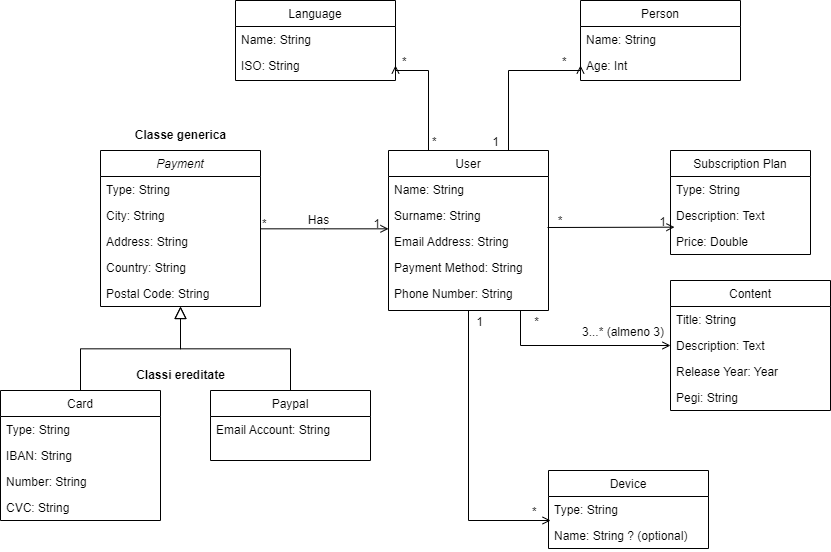
SimonCook99/csharp-boolflix keeps this draw.io diagram as csharp-boolflix-classDiagram.png. Above is the earlier version. Source tidied: cells renumbered, new cells last; positions are measured from the earlier drawing's top-left corner, leaving out a move shared by most shapes.
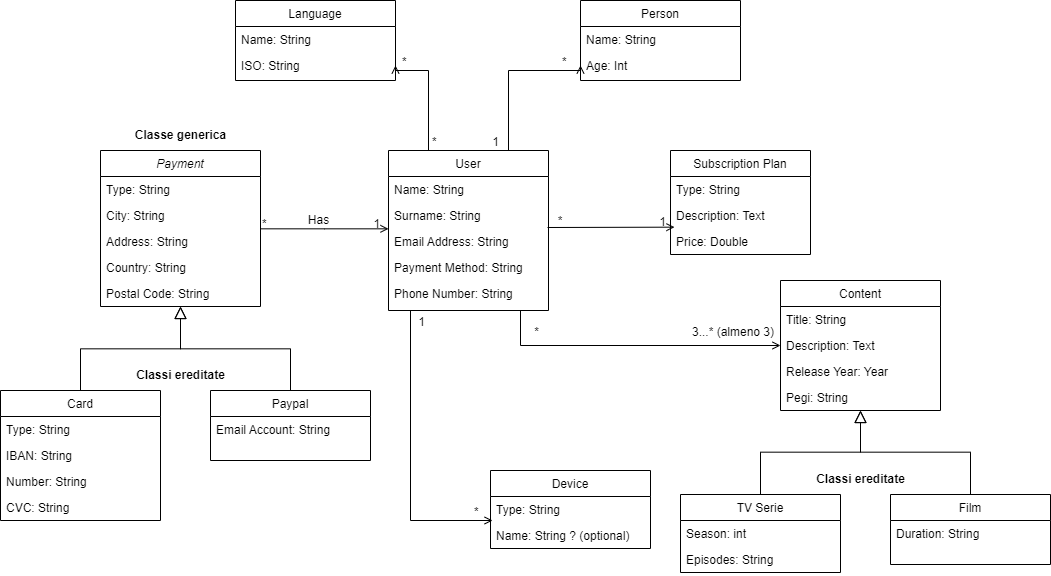
Later version of the same file.

Commit message:
migliorato classDiagram e aggiunto useCase diagram

Diff of the diagram source:
```diff
@@ -121,7 +121,7 @@
       <mxGeometry x="125" y="360" width="110" height="30" as="geometry" />
     </mxCell>
     <mxCell id="36" value="Device" style="swimlane;fontStyle=0;align=center;verticalAlign=top;horizontal=1;startSize=26;rounded=0;shadow=0;strokeWidth=1;" parent="1" vertex="1">
-      <mxGeometry x="548" y="470" width="160" height="78" as="geometry" />
+      <mxGeometry x="490" y="470" width="160" height="78" as="geometry" />
     </mxCell>
     <mxCell id="37" value="Type: String" style="text;align=left;verticalAlign=top;spacingLeft=4;spacingRight=4;overflow=hidden;points=[[0,0.5],[1,0.5]];portConstraint=eastwest;" parent="36" vertex="1">
       <mxGeometry y="26" width="160" height="26" as="geometry" />
@@ -129,10 +129,11 @@
     <mxCell id="38" value="Name: String ? (optional)" style="text;align=left;verticalAlign=top;spacingLeft=4;spacingRight=4;overflow=hidden;" parent="36" vertex="1">
       <mxGeometry y="52" width="160" height="26" as="geometry" />
     </mxCell>
-    <mxCell id="39" style="endArrow=open;shadow=0;strokeWidth=1;rounded=0;endFill=1;edgeStyle=elbowEdgeStyle;elbow=vertical;exitX=0.5;exitY=1;exitDx=0;exitDy=0;entryX=0.013;entryY=0.923;entryDx=0;entryDy=0;entryPerimeter=0;" parent="1" edge="1" source="17" target="37">
+    <mxCell id="39" style="endArrow=open;shadow=0;strokeWidth=1;rounded=0;endFill=1;edgeStyle=elbowEdgeStyle;elbow=vertical;exitX=0.5;exitY=1;exitDx=0;exitDy=0;entryX=0.013;entryY=0.923;entryDx=0;entryDy=0;entryPerimeter=0;" parent="1" edge="1" target="37">
       <mxGeometry x="0.5" y="41" relative="1" as="geometry">
+        <mxPoint x="410" y="310" as="sourcePoint" />
         <Array as="points">
-          <mxPoint x="510" y="520" />
+          <mxPoint x="452" y="520" />
         </Array>
         <mxPoint x="-40" y="32" as="offset" />
       </mxGeometry>
@@ -200,7 +201,7 @@
       <mxGeometry x="430" y="150" as="geometry" />
     </mxCell>
     <mxCell id="54" value="Content" style="swimlane;fontStyle=0;align=center;verticalAlign=top;horizontal=1;startSize=26;rounded=0;shadow=0;strokeWidth=1;" parent="1" vertex="1">
-      <mxGeometry x="670" y="280" width="160" height="130" as="geometry" />
+      <mxGeometry x="780" y="280" width="160" height="130" as="geometry" />
     </mxCell>
     <mxCell id="55" value="Title: String" style="text;align=left;verticalAlign=top;spacingLeft=4;spacingRight=4;overflow=hidden;" parent="54" vertex="1">
       <mxGeometry y="26" width="160" height="26" as="geometry" />
@@ -224,13 +225,41 @@
     </mxCell>
     <mxCell id="60" value="3...* (almeno 3)" style="align=left;verticalAlign=bottom;labelBackgroundColor=none;fontSize=12;" parent="59" vertex="1">
       <mxGeometry x="-1" relative="1" as="geometry">
-        <mxPoint x="60" y="30" as="offset" />
+        <mxPoint x="170" y="30" as="offset" />
       </mxGeometry>
     </mxCell>
     <mxCell id="61" value="*" style="align=right;verticalAlign=bottom;labelBackgroundColor=none;fontSize=12;" parent="59" vertex="1">
       <mxGeometry x="1" relative="1" as="geometry">
-        <mxPoint x="-130" y="-15" as="offset" />
+        <mxPoint x="-240" y="-5" as="offset" />
       </mxGeometry>
     </mxCell>
+    <mxCell id="62" value="TV Serie" style="swimlane;fontStyle=0;align=center;verticalAlign=top;horizontal=1;startSize=26;rounded=0;shadow=0;strokeWidth=1;" parent="1" vertex="1">
+      <mxGeometry x="680" y="494" width="160" height="78" as="geometry" />
+    </mxCell>
+    <mxCell id="63" value="Season: int" style="text;align=left;verticalAlign=top;spacingLeft=4;spacingRight=4;overflow=hidden;" parent="62" vertex="1">
+      <mxGeometry y="26" width="160" height="26" as="geometry" />
+    </mxCell>
+    <mxCell id="64" value="Episodes: String" style="text;align=left;verticalAlign=top;spacingLeft=4;spacingRight=4;overflow=hidden;rounded=0;shadow=0;html=0;" parent="62" vertex="1">
+      <mxGeometry y="52" width="160" height="26" as="geometry" />
+    </mxCell>
+    <mxCell id="65" style="endArrow=block;endSize=10;endFill=0;shadow=0;strokeWidth=1;rounded=0;edgeStyle=elbowEdgeStyle;elbow=vertical;" parent="1" edge="1" source="62">
+      <mxGeometry relative="1" as="geometry">
+        <mxPoint x="860" y="410" as="targetPoint" />
+      </mxGeometry>
+    </mxCell>
+    <mxCell id="66" value="Film" style="swimlane;fontStyle=0;align=center;verticalAlign=top;horizontal=1;startSize=26;rounded=0;shadow=0;strokeWidth=1;" parent="1" vertex="1">
+      <mxGeometry x="890" y="494" width="160" height="70" as="geometry" />
+    </mxCell>
+    <mxCell id="67" value="Duration: String" style="text;align=left;verticalAlign=top;spacingLeft=4;spacingRight=4;overflow=hidden;" parent="66" vertex="1">
+      <mxGeometry y="26" width="160" height="26" as="geometry" />
+    </mxCell>
+    <mxCell id="68" style="endArrow=block;endSize=10;endFill=0;shadow=0;strokeWidth=1;rounded=0;edgeStyle=elbowEdgeStyle;elbow=vertical;" parent="1" edge="1" source="66">
+      <mxGeometry relative="1" as="geometry">
+        <mxPoint x="860" y="410" as="targetPoint" />
+      </mxGeometry>
+    </mxCell>
+    <mxCell id="69" value="&lt;b&gt;Classi ereditate&lt;/b&gt;" style="text;html=1;align=center;verticalAlign=middle;strokeColor=none;fillColor=none;rotation=0;" parent="1" vertex="1">
+      <mxGeometry x="805" y="464" width="110" height="30" as="geometry" />
+    </mxCell>
   </root>
 </mxGraphModel>
```
